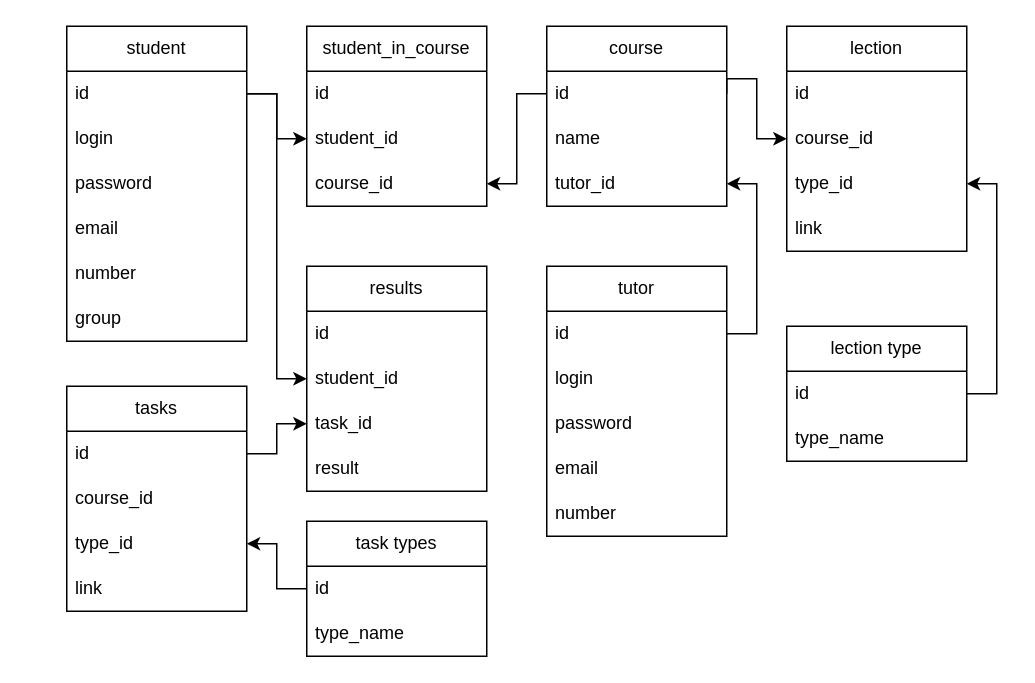
This is Untitled Diagram.drawio from Svengalion/Diploma-VKI, a draw.io file, before an edit. Source tidied: cells renumbered, new cells numbered last; positions are measured from the earlier drawing's top-left corner, leaving out a move shared by most shapes. Both pictures are drawn from the tidied source at 150%, with x=0, y=0 at pixel (66, 26).
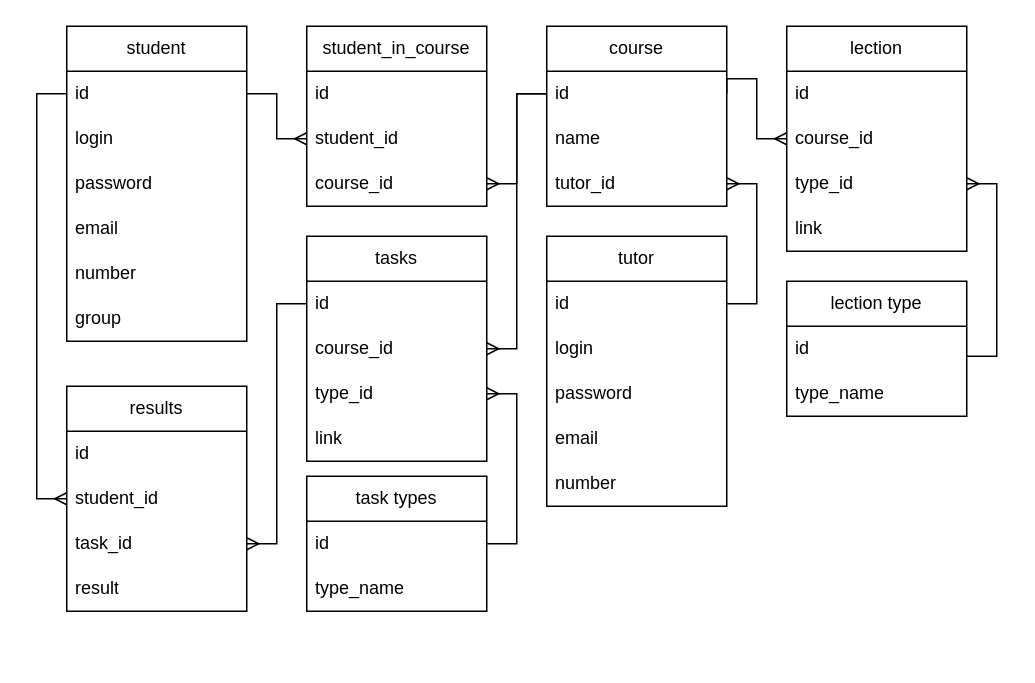
The same page after the edit.

Unchanged cells that the change refers to:
```xml
<mxCell id="3" value="id" style="text;strokeColor=none;fillColor=none;align=left;verticalAlign=middle;spacingLeft=4;spacingRight=4;overflow=hidden;points=[[0,0.5],[1,0.5]];portConstraint=eastwest;whiteSpace=wrap;html=1;" parent="2" vertex="1">
  <mxGeometry y="30" width="120" height="30" as="geometry" />
</mxCell>
<mxCell id="11" value="course_id" style="text;strokeColor=none;fillColor=none;align=left;verticalAlign=middle;spacingLeft=4;spacingRight=4;overflow=hidden;points=[[0,0.5],[1,0.5]];portConstraint=eastwest;whiteSpace=wrap;html=1;" parent="9" vertex="1">
  <mxGeometry y="60" width="120" height="30" as="geometry" />
</mxCell>
<mxCell id="12" value="type_id" style="text;strokeColor=none;fillColor=none;align=left;verticalAlign=middle;spacingLeft=4;spacingRight=4;overflow=hidden;points=[[0,0.5],[1,0.5]];portConstraint=eastwest;whiteSpace=wrap;html=1;" parent="9" vertex="1">
  <mxGeometry y="90" width="120" height="30" as="geometry" />
</mxCell>
<mxCell id="15" value="id" style="text;strokeColor=none;fillColor=none;align=left;verticalAlign=middle;spacingLeft=4;spacingRight=4;overflow=hidden;points=[[0,0.5],[1,0.5]];portConstraint=eastwest;whiteSpace=wrap;html=1;" parent="14" vertex="1">
  <mxGeometry y="30" width="120" height="30" as="geometry" />
</mxCell>
<mxCell id="19" value="id" style="text;strokeColor=none;fillColor=none;align=left;verticalAlign=middle;spacingLeft=4;spacingRight=4;overflow=hidden;points=[[0,0.5],[1,0.5]];portConstraint=eastwest;whiteSpace=wrap;html=1;" parent="18" vertex="1">
  <mxGeometry y="30" width="120" height="30" as="geometry" />
</mxCell>
<mxCell id="21" value="tutor_id" style="text;strokeColor=none;fillColor=none;align=left;verticalAlign=middle;spacingLeft=4;spacingRight=4;overflow=hidden;points=[[0,0.5],[1,0.5]];portConstraint=eastwest;whiteSpace=wrap;html=1;" parent="18" vertex="1">
  <mxGeometry y="90" width="120" height="30" as="geometry" />
</mxCell>
<mxCell id="25" value="student_id" style="text;strokeColor=none;fillColor=none;align=left;verticalAlign=middle;spacingLeft=4;spacingRight=4;overflow=hidden;points=[[0,0.5],[1,0.5]];portConstraint=eastwest;whiteSpace=wrap;html=1;" parent="23" vertex="1">
  <mxGeometry y="60" width="120" height="30" as="geometry" />
</mxCell>
<mxCell id="26" value="course_id" style="text;strokeColor=none;fillColor=none;align=left;verticalAlign=middle;spacingLeft=4;spacingRight=4;overflow=hidden;points=[[0,0.5],[1,0.5]];portConstraint=eastwest;whiteSpace=wrap;html=1;" parent="23" vertex="1">
  <mxGeometry y="90" width="120" height="30" as="geometry" />
</mxCell>
<mxCell id="30" value="id" style="text;strokeColor=none;fillColor=none;align=left;verticalAlign=middle;spacingLeft=4;spacingRight=4;overflow=hidden;points=[[0,0.5],[1,0.5]];portConstraint=eastwest;whiteSpace=wrap;html=1;" parent="29" vertex="1">
  <mxGeometry y="30" width="120" height="30" as="geometry" />
</mxCell>
<mxCell id="31" value="course_id" style="text;strokeColor=none;fillColor=none;align=left;verticalAlign=middle;spacingLeft=4;spacingRight=4;overflow=hidden;points=[[0,0.5],[1,0.5]];portConstraint=eastwest;whiteSpace=wrap;html=1;" parent="29" vertex="1">
  <mxGeometry y="60" width="120" height="30" as="geometry" />
</mxCell>
<mxCell id="32" value="type_id" style="text;strokeColor=none;fillColor=none;align=left;verticalAlign=middle;spacingLeft=4;spacingRight=4;overflow=hidden;points=[[0,0.5],[1,0.5]];portConstraint=eastwest;whiteSpace=wrap;html=1;" parent="29" vertex="1">
  <mxGeometry y="90" width="120" height="30" as="geometry" />
</mxCell>
<mxCell id="35" value="id" style="text;strokeColor=none;fillColor=none;align=left;verticalAlign=middle;spacingLeft=4;spacingRight=4;overflow=hidden;points=[[0,0.5],[1,0.5]];portConstraint=eastwest;whiteSpace=wrap;html=1;" parent="34" vertex="1">
  <mxGeometry y="30" width="120" height="30" as="geometry" />
</mxCell>
<mxCell id="40" value="student_id" style="text;strokeColor=none;fillColor=none;align=left;verticalAlign=middle;spacingLeft=4;spacingRight=4;overflow=hidden;points=[[0,0.5],[1,0.5]];portConstraint=eastwest;whiteSpace=wrap;html=1;" parent="38" vertex="1">
  <mxGeometry y="60" width="120" height="30" as="geometry" />
</mxCell>
<mxCell id="41" value="task_id" style="text;strokeColor=none;fillColor=none;align=left;verticalAlign=middle;spacingLeft=4;spacingRight=4;overflow=hidden;points=[[0,0.5],[1,0.5]];portConstraint=eastwest;whiteSpace=wrap;html=1;" parent="38" vertex="1">
  <mxGeometry y="90" width="120" height="30" as="geometry" />
</mxCell>
<mxCell id="45" value="id" style="text;strokeColor=none;fillColor=none;align=left;verticalAlign=middle;spacingLeft=4;spacingRight=4;overflow=hidden;points=[[0,0.5],[1,0.5]];portConstraint=eastwest;whiteSpace=wrap;html=1;" parent="44" vertex="1">
  <mxGeometry y="30" width="120" height="30" as="geometry" />
</mxCell>
```

Diff of the diagram source:
```diff
@@
     <mxCell id="14" value="lection type" style="swimlane;fontStyle=0;horizontal=1;startSize=30;whiteSpace=wrap;html=1;" parent="1" vertex="1">
-      <mxGeometry x="480" y="200" width="120" height="90" as="geometry" />
+      <mxGeometry x="480" y="170" width="120" height="90" as="geometry" />
     </mxCell>
@@
-    <mxCell id="17" style="edgeStyle=orthogonalEdgeStyle;rounded=0;jettySize=auto;html=1;" parent="1" edge="1" source="15" target="12">
+    <mxCell id="17" style="edgeStyle=orthogonalEdgeStyle;rounded=0;jettySize=auto;html=1;endArrow=ERmany;endFill=0;" parent="1" edge="1" source="15" target="12">
       <mxGeometry relative="1" as="geometry">
         <Array as="points">
-          <mxPoint x="620" y="245" />
+          <mxPoint x="620" y="220" />
           <mxPoint x="620" y="105" />
         </Array>
       </mxGeometry>
     </mxCell>
@@
-    <mxCell id="22" style="edgeStyle=orthogonalEdgeStyle;rounded=0;jettySize=auto;html=1;exitX=1;exitY=0.5;exitDx=0;exitDy=0;" parent="1" edge="1" source="19" target="11">
+    <mxCell id="22" style="edgeStyle=orthogonalEdgeStyle;rounded=0;jettySize=auto;html=1;exitX=1;exitY=0.5;exitDx=0;exitDy=0;endArrow=ERmany;endFill=0;" parent="1" edge="1" source="19" target="11">
       <mxGeometry relative="1" as="geometry">
         <Array as="points">
           <mxPoint x="440" y="35" />
           <mxPoint x="460" y="35" />
           <mxPoint x="460" y="75" />
         </Array>
       </mxGeometry>
     </mxCell>
@@
-    <mxCell id="27" style="edgeStyle=orthogonalEdgeStyle;rounded=0;jettySize=auto;html=1;" parent="1" edge="1" source="3" target="25">
+    <mxCell id="27" style="edgeStyle=orthogonalEdgeStyle;rounded=0;jettySize=auto;html=1;endArrow=ERmany;endFill=0;" parent="1" edge="1" source="3" target="25">
       <mxGeometry relative="1" as="geometry" />
     </mxCell>
-    <mxCell id="28" style="edgeStyle=orthogonalEdgeStyle;rounded=0;jettySize=auto;html=1;" parent="1" edge="1" source="19" target="26">
+    <mxCell id="28" style="edgeStyle=orthogonalEdgeStyle;rounded=0;jettySize=auto;html=1;endArrow=ERmany;endFill=0;" parent="1" edge="1" source="19" target="26">
       <mxGeometry relative="1" as="geometry" />
     </mxCell>
     <mxCell id="29" value="tasks" style="swimlane;fontStyle=0;horizontal=1;startSize=30;whiteSpace=wrap;html=1;" parent="1" vertex="1">
-      <mxGeometry y="240" width="120" height="150" as="geometry" />
+      <mxGeometry x="160" y="140" width="120" height="150" as="geometry" />
     </mxCell>
@@
     <mxCell id="34" value="task types" style="swimlane;fontStyle=0;horizontal=1;startSize=30;whiteSpace=wrap;html=1;" parent="1" vertex="1">
-      <mxGeometry x="160" y="330" width="120" height="90" as="geometry" />
+      <mxGeometry x="160" y="300" width="120" height="90" as="geometry" />
     </mxCell>
@@
-    <mxCell id="37" style="edgeStyle=orthogonalEdgeStyle;rounded=0;jettySize=auto;html=1;" parent="1" edge="1" source="35" target="32">
-      <mxGeometry relative="1" as="geometry" />
-    </mxCell>
     <mxCell id="38" value="results" style="swimlane;fontStyle=0;horizontal=1;startSize=30;whiteSpace=wrap;html=1;" parent="1" vertex="1">
-      <mxGeometry x="160" y="160" width="120" height="150" as="geometry" />
+      <mxGeometry y="240" width="120" height="150" as="geometry" />
     </mxCell>
@@
-    <mxCell id="43" style="edgeStyle=orthogonalEdgeStyle;rounded=0;jettySize=auto;html=1;" parent="1" edge="1" source="30" target="41">
-      <mxGeometry relative="1" as="geometry" />
-    </mxCell>
     <mxCell id="44" value="tutor" style="swimlane;fontStyle=0;horizontal=1;startSize=30;whiteSpace=wrap;html=1;" parent="1" vertex="1">
-      <mxGeometry x="320" y="160" width="120" height="180" as="geometry" />
+      <mxGeometry x="320" y="140" width="120" height="180" as="geometry" />
     </mxCell>
@@
-    <mxCell id="50" style="edgeStyle=orthogonalEdgeStyle;rounded=0;jettySize=auto;html=1;" parent="1" edge="1" source="3" target="40">
-      <mxGeometry relative="1" as="geometry" />
+    <mxCell id="50" style="edgeStyle=orthogonalEdgeStyle;rounded=0;jettySize=auto;html=1;endArrow=ERmany;endFill=0;" parent="1" edge="1" source="3" target="40">
+      <mxGeometry relative="1" as="geometry">
+        <Array as="points">
+          <mxPoint x="-20" y="45" />
+          <mxPoint x="-20" y="315" />
+        </Array>
+      </mxGeometry>
     </mxCell>
-    <mxCell id="51" style="edgeStyle=orthogonalEdgeStyle;rounded=0;jettySize=auto;html=1;" parent="1" edge="1" source="45" target="21">
+    <mxCell id="51" style="edgeStyle=orthogonalEdgeStyle;rounded=0;jettySize=auto;html=1;endArrow=ERmany;endFill=0;" parent="1" edge="1" source="45" target="21">
       <mxGeometry relative="1" as="geometry">
         <Array as="points">
-          <mxPoint x="460" y="205" />
+          <mxPoint x="460" y="185" />
           <mxPoint x="460" y="105" />
         </Array>
       </mxGeometry>
     </mxCell>
+    <mxCell id="52" style="edgeStyle=orthogonalEdgeStyle;rounded=0;jettySize=auto;html=1;endArrow=ERmany;endFill=0;" parent="1" edge="1" source="19" target="31">
+      <mxGeometry relative="1" as="geometry" />
+    </mxCell>
+    <mxCell id="37" style="edgeStyle=orthogonalEdgeStyle;rounded=0;jettySize=auto;html=1;endArrow=ERmany;endFill=0;" parent="1" edge="1" source="35" target="32">
+      <mxGeometry relative="1" as="geometry">
+        <Array as="points">
+          <mxPoint x="300" y="345" />
+          <mxPoint x="300" y="245" />
+        </Array>
+      </mxGeometry>
+    </mxCell>
+    <mxCell id="43" style="edgeStyle=orthogonalEdgeStyle;rounded=0;jettySize=auto;html=1;endArrow=ERmany;endFill=0;" parent="1" edge="1" source="30" target="41">
+      <mxGeometry relative="1" as="geometry" />
+    </mxCell>
```
